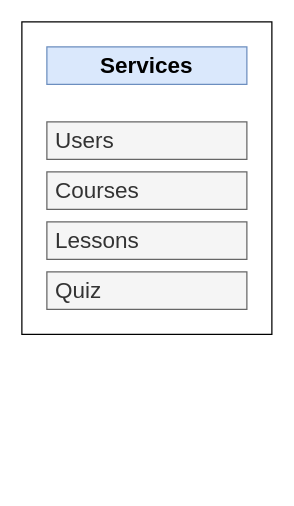
Before: codehance/Untitled Diagram.drawio in kingsley-ijomah/draw.io, a draw.io diagram. Source tidied: cells renumbered, new cells numbered last; positions are measured from the earlier drawing's top-left corner, leaving out a move shared by most shapes. Both pictures are drawn from the tidied source at 125%, with x=0, y=0 at pixel (21, 21).
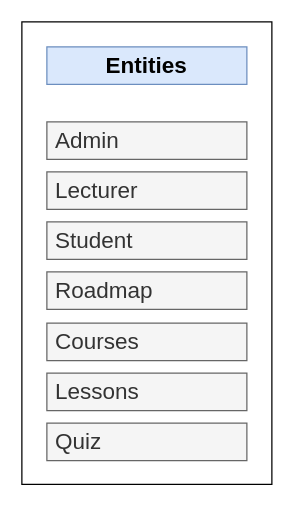
After the change.

What changed in the source:
```diff
@@
 <mxGraphModel>
   <root>
     <mxCell id="0" />
     <mxCell id="1" parent="0" />
     <mxCell id="2" style="rounded=0;whiteSpace=wrap;html=1;align=left;" parent="1" vertex="1">
-      <mxGeometry width="200" height="250" as="geometry" />
+      <mxGeometry width="200" height="370" as="geometry" />
     </mxCell>
-    <mxCell id="3" value="&lt;b&gt;&lt;font style=&quot;font-size: 18px;&quot;&gt;Services&lt;/font&gt;&lt;/b&gt;" style="text;html=1;strokeColor=#6c8ebf;fillColor=#dae8fc;align=center;verticalAlign=middle;whiteSpace=wrap;rounded=0;" parent="1" vertex="1">
+    <mxCell id="3" value="&lt;b&gt;&lt;font style=&quot;font-size: 18px;&quot;&gt;Entities&lt;/font&gt;&lt;/b&gt;" style="text;html=1;strokeColor=#6c8ebf;fillColor=#dae8fc;align=center;verticalAlign=middle;whiteSpace=wrap;rounded=0;" parent="1" vertex="1">
       <mxGeometry x="20" y="20" width="160" height="30" as="geometry" />
     </mxCell>
-    <mxCell id="4" value="&amp;nbsp;Users" style="text;html=1;strokeColor=#666666;fillColor=#f5f5f5;align=left;verticalAlign=middle;whiteSpace=wrap;rounded=0;fontSize=18;fontColor=#333333;" parent="1" vertex="1">
+    <mxCell id="4" value="&amp;nbsp;Admin" style="text;html=1;strokeColor=#666666;fillColor=#f5f5f5;align=left;verticalAlign=middle;whiteSpace=wrap;rounded=0;fontSize=18;fontColor=#333333;" parent="1" vertex="1">
       <mxGeometry x="20" y="80" width="160" height="30" as="geometry" />
     </mxCell>
     <mxCell id="5" value="&amp;nbsp;Courses" style="text;html=1;strokeColor=#666666;fillColor=#f5f5f5;align=left;verticalAlign=middle;whiteSpace=wrap;rounded=0;fontSize=18;fontColor=#333333;" parent="1" vertex="1">
-      <mxGeometry x="20" y="120" width="160" height="30" as="geometry" />
+      <mxGeometry x="20" y="241" width="160" height="30" as="geometry" />
     </mxCell>
     <mxCell id="6" value="&amp;nbsp;Lessons" style="text;html=1;strokeColor=#666666;fillColor=#f5f5f5;align=left;verticalAlign=middle;whiteSpace=wrap;rounded=0;fontSize=18;fontColor=#333333;" parent="1" vertex="1">
-      <mxGeometry x="20" y="160" width="160" height="30" as="geometry" />
+      <mxGeometry x="20" y="281" width="160" height="30" as="geometry" />
     </mxCell>
     <mxCell id="7" value="&amp;nbsp;Quiz" style="text;html=1;strokeColor=#666666;fillColor=#f5f5f5;align=left;verticalAlign=middle;whiteSpace=wrap;rounded=0;fontSize=18;fontColor=#333333;" parent="1" vertex="1">
-      <mxGeometry x="20" y="200" width="160" height="30" as="geometry" />
+      <mxGeometry x="20" y="321" width="160" height="30" as="geometry" />
     </mxCell>
+    <mxCell id="8" value="&amp;nbsp;Lecturer" style="text;html=1;strokeColor=#666666;fillColor=#f5f5f5;align=left;verticalAlign=middle;whiteSpace=wrap;rounded=0;fontSize=18;fontColor=#333333;" parent="1" vertex="1">
+      <mxGeometry x="20" y="120" width="160" height="30" as="geometry" />
+    </mxCell>
+    <mxCell id="9" value="&amp;nbsp;Student" style="text;html=1;strokeColor=#666666;fillColor=#f5f5f5;align=left;verticalAlign=middle;whiteSpace=wrap;rounded=0;fontSize=18;fontColor=#333333;" parent="1" vertex="1">
+      <mxGeometry x="20" y="160" width="160" height="30" as="geometry" />
+    </mxCell>
+    <mxCell id="10" value="&amp;nbsp;Roadmap" style="text;html=1;strokeColor=#666666;fillColor=#f5f5f5;align=left;verticalAlign=middle;whiteSpace=wrap;rounded=0;fontSize=18;fontColor=#333333;" parent="1" vertex="1">
+      <mxGeometry x="20" y="200" width="160" height="30" as="geometry" />
+    </mxCell>
   </root>
 </mxGraphModel>
```
